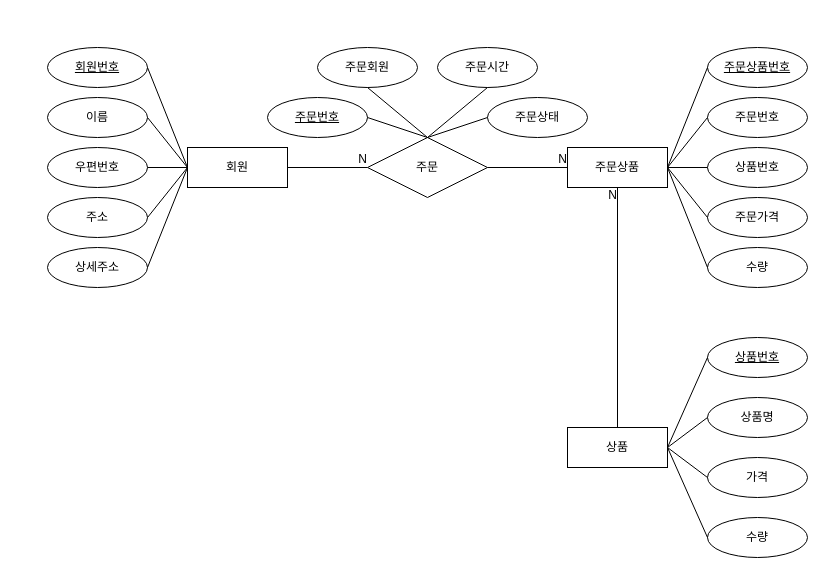
Before: page "개념적설계" (1 of 2) of mart/src/main/java/com/example/mart/erd/mart.drawio in joonwoolee-kr/springsource, a draw.io diagram. Source tidied: cells renumbered, new cells numbered last; positions are measured from the earlier drawing's top-left corner, leaving out a move shared by most shapes. Both pictures are drawn from the tidied source at 100%, with x=0, y=0 at pixel (47, 47).
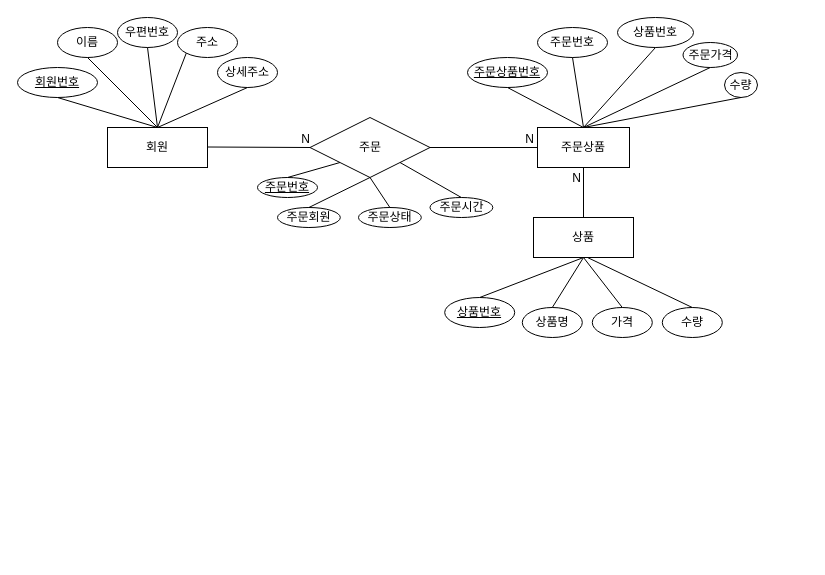
The same page after the edit.

Change to the diagram source:
```diff
@@
     <mxCell id="2" value="회원" style="whiteSpace=wrap;html=1;align=center;" parent="1" vertex="1">
-      <mxGeometry x="140" y="100" width="100" height="40" as="geometry" />
+      <mxGeometry x="60" y="80" width="100" height="40" as="geometry" />
     </mxCell>
-    <mxCell id="3" value="이름" style="ellipse;whiteSpace=wrap;html=1;align=center;" parent="1" vertex="1">
-      <mxGeometry y="50" width="100" height="40" as="geometry" />
+    <mxCell id="3" value="회원번호" style="ellipse;whiteSpace=wrap;html=1;align=center;fontStyle=4;" parent="1" vertex="1">
+      <mxGeometry x="-30" y="20" width="80" height="30" as="geometry" />
     </mxCell>
-    <mxCell id="4" value="회원번호" style="ellipse;whiteSpace=wrap;html=1;align=center;fontStyle=4;" parent="1" vertex="1">
-      <mxGeometry width="100" height="40" as="geometry" />
-    </mxCell>
-    <mxCell id="5" style="endArrow=none;html=1;rounded=0;exitX=1;exitY=0.5;exitDx=0;exitDy=0;entryX=0;entryY=0.5;entryDx=0;entryDy=0;" parent="1" edge="1" source="4" target="2">
+    <mxCell id="5" style="endArrow=none;html=1;rounded=0;exitX=0.5;exitY=1;exitDx=0;exitDy=0;entryX=0.5;entryY=0;entryDx=0;entryDy=0;" parent="1" edge="1" source="3" target="2">
       <mxGeometry relative="1" as="geometry" />
     </mxCell>
-    <mxCell id="6" value="우편번호" style="ellipse;whiteSpace=wrap;html=1;align=center;" parent="1" vertex="1">
-      <mxGeometry y="100" width="100" height="40" as="geometry" />
+    <mxCell id="6" value="이름" style="ellipse;whiteSpace=wrap;html=1;align=center;" parent="1" vertex="1">
+      <mxGeometry x="10" y="-20" width="60" height="30" as="geometry" />
     </mxCell>
-    <mxCell id="7" value="주소" style="ellipse;whiteSpace=wrap;html=1;align=center;" parent="1" vertex="1">
-      <mxGeometry y="150" width="100" height="40" as="geometry" />
+    <mxCell id="7" value="우편번호" style="ellipse;whiteSpace=wrap;html=1;align=center;" parent="1" vertex="1">
+      <mxGeometry x="70" y="-30" width="60" height="30" as="geometry" />
     </mxCell>
-    <mxCell id="8" value="상세주소" style="ellipse;whiteSpace=wrap;html=1;align=center;" parent="1" vertex="1">
-      <mxGeometry y="200" width="100" height="40" as="geometry" />
+    <mxCell id="8" value="주소" style="ellipse;whiteSpace=wrap;html=1;align=center;" parent="1" vertex="1">
+      <mxGeometry x="130" y="-20" width="60" height="30" as="geometry" />
     </mxCell>
+    <mxCell id="48" value="상세주소" style="ellipse;whiteSpace=wrap;html=1;align=center;" parent="1" vertex="1">
+      <mxGeometry x="170" y="10" width="60" height="30" as="geometry" />
+    </mxCell>
-    <mxCell id="9" style="endArrow=none;html=1;rounded=0;exitX=1;exitY=0.5;exitDx=0;exitDy=0;entryX=0;entryY=0.5;entryDx=0;entryDy=0;" parent="1" edge="1" source="3" target="2">
+    <mxCell id="9" style="endArrow=none;html=1;rounded=0;exitX=0.5;exitY=1;exitDx=0;exitDy=0;entryX=0.5;entryY=0;entryDx=0;entryDy=0;" parent="1" edge="1" source="6" target="2">
       <mxGeometry relative="1" as="geometry" />
     </mxCell>
-    <mxCell id="10" style="endArrow=none;html=1;rounded=0;exitX=1;exitY=0.5;exitDx=0;exitDy=0;entryX=0;entryY=0.5;entryDx=0;entryDy=0;" parent="1" edge="1" source="6" target="2">
-      <mxGeometry relative="1" as="geometry" />
+    <mxCell id="10" style="endArrow=none;html=1;rounded=0;exitX=0.5;exitY=1;exitDx=0;exitDy=0;" parent="1" edge="1" source="7">
+      <mxGeometry relative="1" as="geometry">
+        <mxPoint x="110" y="80" as="targetPoint" />
+      </mxGeometry>
     </mxCell>
-    <mxCell id="11" style="endArrow=none;html=1;rounded=0;exitX=1;exitY=0.5;exitDx=0;exitDy=0;entryX=0;entryY=0.5;entryDx=0;entryDy=0;" parent="1" edge="1" source="7" target="2">
+    <mxCell id="11" style="endArrow=none;html=1;rounded=0;exitX=0;exitY=1;exitDx=0;exitDy=0;entryX=0.5;entryY=0;entryDx=0;entryDy=0;" parent="1" edge="1" source="8" target="2">
       <mxGeometry relative="1" as="geometry" />
     </mxCell>
-    <mxCell id="12" style="endArrow=none;html=1;rounded=0;exitX=1;exitY=0.5;exitDx=0;exitDy=0;entryX=0;entryY=0.5;entryDx=0;entryDy=0;" parent="1" edge="1" source="8" target="2">
-      <mxGeometry relative="1" as="geometry" />
+    <mxCell id="12" style="endArrow=none;html=1;rounded=0;exitX=0.5;exitY=1;exitDx=0;exitDy=0;" parent="1" edge="1" source="48">
+      <mxGeometry relative="1" as="geometry">
+        <mxPoint x="110" y="80" as="targetPoint" />
+      </mxGeometry>
     </mxCell>
     <mxCell id="13" value="상품" style="whiteSpace=wrap;html=1;align=center;" parent="1" vertex="1">
-      <mxGeometry x="520" y="380" width="100" height="40" as="geometry" />
+      <mxGeometry x="486" y="170" width="100" height="40" as="geometry" />
     </mxCell>
     <mxCell id="14" value="상품번호" style="ellipse;whiteSpace=wrap;html=1;align=center;fontStyle=4;" parent="1" vertex="1">
-      <mxGeometry x="660" y="290" width="100" height="40" as="geometry" />
+      <mxGeometry x="397.2" y="250" width="70" height="30" as="geometry" />
     </mxCell>
     <mxCell id="15" value="상품명" style="ellipse;whiteSpace=wrap;html=1;align=center;" parent="1" vertex="1">
-      <mxGeometry x="660" y="350" width="100" height="40" as="geometry" />
+      <mxGeometry x="474.8" y="260" width="60" height="30" as="geometry" />
     </mxCell>
     <mxCell id="16" value="가격" style="ellipse;whiteSpace=wrap;html=1;align=center;" parent="1" vertex="1">
-      <mxGeometry x="660" y="410" width="100" height="40" as="geometry" />
+      <mxGeometry x="544.8" y="260" width="60" height="30" as="geometry" />
     </mxCell>
     <mxCell id="17" value="수량" style="ellipse;whiteSpace=wrap;html=1;align=center;" parent="1" vertex="1">
-      <mxGeometry x="660" y="470" width="100" height="40" as="geometry" />
+      <mxGeometry x="614.8" y="260" width="60" height="30" as="geometry" />
     </mxCell>
-    <mxCell id="18" style="endArrow=none;html=1;rounded=0;entryX=0;entryY=0.5;entryDx=0;entryDy=0;exitX=1;exitY=0.5;exitDx=0;exitDy=0;" parent="1" edge="1" source="13" target="14">
+    <mxCell id="18" style="endArrow=none;html=1;rounded=0;exitX=0.5;exitY=0;exitDx=0;exitDy=0;entryX=0.5;entryY=1;entryDx=0;entryDy=0;" parent="1" edge="1" source="14" target="13">
       <mxGeometry relative="1" as="geometry" />
     </mxCell>
-    <mxCell id="19" style="endArrow=none;html=1;rounded=0;entryX=0;entryY=0.5;entryDx=0;entryDy=0;exitX=1;exitY=0.5;exitDx=0;exitDy=0;" parent="1" edge="1" source="13" target="15">
+    <mxCell id="19" style="endArrow=none;html=1;rounded=0;exitX=0.5;exitY=1;exitDx=0;exitDy=0;entryX=0.5;entryY=0;entryDx=0;entryDy=0;" parent="1" edge="1" source="13" target="15">
       <mxGeometry relative="1" as="geometry" />
     </mxCell>
-    <mxCell id="20" style="endArrow=none;html=1;rounded=0;entryX=0;entryY=0.5;entryDx=0;entryDy=0;exitX=1;exitY=0.5;exitDx=0;exitDy=0;" parent="1" edge="1" source="13" target="16">
+    <mxCell id="20" style="endArrow=none;html=1;rounded=0;exitX=0.5;exitY=0;exitDx=0;exitDy=0;entryX=0.5;entryY=1;entryDx=0;entryDy=0;" parent="1" edge="1" source="16" target="13">
       <mxGeometry relative="1" as="geometry" />
     </mxCell>
-    <mxCell id="21" style="endArrow=none;html=1;rounded=0;entryX=0;entryY=0.5;entryDx=0;entryDy=0;exitX=1;exitY=0.5;exitDx=0;exitDy=0;" parent="1" edge="1" source="13" target="17">
-      <mxGeometry relative="1" as="geometry" />
+    <mxCell id="21" style="endArrow=none;html=1;rounded=0;exitX=0.5;exitY=0;exitDx=0;exitDy=0;" parent="1" edge="1" source="17">
+      <mxGeometry relative="1" as="geometry">
+        <mxPoint x="540" y="210" as="targetPoint" />
+      </mxGeometry>
     </mxCell>
     <mxCell id="22" value="주문" style="shape=rhombus;perimeter=rhombusPerimeter;whiteSpace=wrap;html=1;align=center;" parent="1" vertex="1">
-      <mxGeometry x="320" y="90" width="120" height="60" as="geometry" />
+      <mxGeometry x="262.5" y="70" width="120" height="60" as="geometry" />
     </mxCell>
     <mxCell id="23" value="주문상품" style="whiteSpace=wrap;html=1;align=center;" parent="1" vertex="1">
-      <mxGeometry x="520" y="100" width="100" height="40" as="geometry" />
+      <mxGeometry x="490" y="80" width="92" height="40" as="geometry" />
     </mxCell>
     <mxCell id="24" value="주문상품번호" style="ellipse;whiteSpace=wrap;html=1;align=center;fontStyle=4;" parent="1" vertex="1">
-      <mxGeometry x="660" width="100" height="40" as="geometry" />
+      <mxGeometry x="420" y="10" width="80" height="30" as="geometry" />
     </mxCell>
     <mxCell id="25" value="상품번호" style="ellipse;whiteSpace=wrap;html=1;align=center;" parent="1" vertex="1">
-      <mxGeometry x="660" y="100" width="100" height="40" as="geometry" />
+      <mxGeometry x="570" y="-30" width="76" height="30" as="geometry" />
     </mxCell>
     <mxCell id="26" value="주문가격" style="ellipse;whiteSpace=wrap;html=1;align=center;" parent="1" vertex="1">
-      <mxGeometry x="660" y="150" width="100" height="40" as="geometry" />
+      <mxGeometry x="635.5" y="-5" width="54.5" height="25" as="geometry" />
     </mxCell>
     <mxCell id="27" value="수량" style="ellipse;whiteSpace=wrap;html=1;align=center;" parent="1" vertex="1">
-      <mxGeometry x="660" y="200" width="100" height="40" as="geometry" />
+      <mxGeometry x="677" y="25" width="33" height="25" as="geometry" />
     </mxCell>
     <mxCell id="28" value="주문번호" style="ellipse;whiteSpace=wrap;html=1;align=center;" parent="1" vertex="1">
-      <mxGeometry x="660" y="50" width="100" height="40" as="geometry" />
+      <mxGeometry x="490" y="-20" width="70" height="30" as="geometry" />
     </mxCell>
+    <mxCell id="49" style="endArrow=none;html=1;rounded=0;exitX=0.5;exitY=1;exitDx=0;exitDy=0;entryX=0.5;entryY=0;entryDx=0;entryDy=0;" parent="1" edge="1" source="24" target="23">
+      <mxGeometry relative="1" as="geometry" />
+    </mxCell>
-    <mxCell id="29" style="endArrow=none;html=1;rounded=0;exitX=0;exitY=0.5;exitDx=0;exitDy=0;entryX=1;entryY=0.5;entryDx=0;entryDy=0;" parent="1" edge="1" source="28" target="23">
+    <mxCell id="29" style="endArrow=none;html=1;rounded=0;exitX=0.5;exitY=1;exitDx=0;exitDy=0;entryX=0.5;entryY=0;entryDx=0;entryDy=0;" parent="1" edge="1" source="28" target="23">
       <mxGeometry relative="1" as="geometry" />
     </mxCell>
-    <mxCell id="30" style="endArrow=none;html=1;rounded=0;exitX=0;exitY=0.5;exitDx=0;exitDy=0;entryX=1;entryY=0.5;entryDx=0;entryDy=0;" parent="1" edge="1" source="25" target="23">
+    <mxCell id="30" style="endArrow=none;html=1;rounded=0;exitX=0.5;exitY=1;exitDx=0;exitDy=0;entryX=0.5;entryY=0;entryDx=0;entryDy=0;" parent="1" edge="1" source="25" target="23">
       <mxGeometry relative="1" as="geometry" />
     </mxCell>
-    <mxCell id="31" style="endArrow=none;html=1;rounded=0;exitX=0;exitY=0.5;exitDx=0;exitDy=0;entryX=1;entryY=0.5;entryDx=0;entryDy=0;" parent="1" edge="1" source="26" target="23">
+    <mxCell id="31" style="endArrow=none;html=1;rounded=0;exitX=0.5;exitY=1;exitDx=0;exitDy=0;entryX=0.5;entryY=0;entryDx=0;entryDy=0;" parent="1" edge="1" source="26" target="23">
       <mxGeometry relative="1" as="geometry" />
     </mxCell>
-    <mxCell id="32" style="endArrow=none;html=1;rounded=0;exitX=1;exitY=0.5;exitDx=0;exitDy=0;entryX=0;entryY=0.5;entryDx=0;entryDy=0;" parent="1" edge="1" source="23" target="27">
+    <mxCell id="32" style="endArrow=none;html=1;rounded=0;exitX=0.5;exitY=1;exitDx=0;exitDy=0;entryX=0.5;entryY=0;entryDx=0;entryDy=0;" parent="1" edge="1" source="27" target="23">
       <mxGeometry relative="1" as="geometry" />
     </mxCell>
-    <mxCell id="33" style="endArrow=none;html=1;rounded=0;exitX=1;exitY=0.5;exitDx=0;exitDy=0;entryX=0;entryY=0.5;entryDx=0;entryDy=0;" parent="1" edge="1" source="23" target="24">
-      <mxGeometry relative="1" as="geometry" />
-    </mxCell>
-    <mxCell id="34" style="endArrow=none;html=1;rounded=0;entryX=0.5;entryY=1;entryDx=0;entryDy=0;exitX=0.5;exitY=0;exitDx=0;exitDy=0;" parent="1" edge="1" source="13" target="23">
-      <mxGeometry relative="1" as="geometry" />
-    </mxCell>
-    <mxCell id="35" value="N" style="html=1;align=right;verticalAlign=bottom;" parent="34" vertex="1">
-      <mxGeometry x="1" relative="1" as="geometry">
-        <mxPoint y="16" as="offset" />
-      </mxGeometry>
-    </mxCell>
-    <mxCell id="36" style="endArrow=none;html=1;rounded=0;entryX=0;entryY=0.5;entryDx=0;entryDy=0;exitX=1;exitY=0.5;exitDx=0;exitDy=0;" parent="1" edge="1" source="22" target="23">
-      <mxGeometry relative="1" as="geometry" />
-    </mxCell>
-    <mxCell id="37" value="N" style="html=1;align=right;verticalAlign=bottom;" parent="36" vertex="1">
-      <mxGeometry x="1" relative="1" as="geometry" />
-    </mxCell>
-    <mxCell id="38" style="endArrow=none;html=1;rounded=0;entryX=0;entryY=0.5;entryDx=0;entryDy=0;exitX=1;exitY=0.5;exitDx=0;exitDy=0;" parent="1" edge="1" source="2" target="22">
-      <mxGeometry relative="1" as="geometry" />
-    </mxCell>
-    <mxCell id="39" value="N" style="html=1;align=right;verticalAlign=bottom;" parent="38" vertex="1">
-      <mxGeometry x="1" relative="1" as="geometry" />
-    </mxCell>
+    <mxCell id="45" style="endArrow=none;html=1;rounded=0;exitX=1;exitY=0.5;exitDx=0;exitDy=0;entryX=0;entryY=0.5;entryDx=0;entryDy=0;" parent="1" edge="1" source="22" target="23">
+      <mxGeometry relative="1" as="geometry" />
+    </mxCell>
+    <mxCell id="46" value="N" style="html=1;align=right;verticalAlign=bottom;" parent="45" vertex="1">
+      <mxGeometry x="1" relative="1" as="geometry">
+        <mxPoint x="-4" as="offset" />
+      </mxGeometry>
+    </mxCell>
+    <mxCell id="47" style="endArrow=none;html=1;rounded=0;exitX=0.5;exitY=0;exitDx=0;exitDy=0;entryX=0.5;entryY=1;entryDx=0;entryDy=0;" parent="1" edge="1" source="13" target="23">
+      <mxGeometry relative="1" as="geometry" />
+    </mxCell>
+    <mxCell id="50" value="N" style="html=1;align=right;verticalAlign=bottom;" parent="47" vertex="1">
+      <mxGeometry x="1" relative="1" as="geometry">
+        <mxPoint x="-2" y="19" as="offset" />
+      </mxGeometry>
+    </mxCell>
+    <mxCell id="51" style="endArrow=none;html=1;rounded=0;entryX=0;entryY=0.5;entryDx=0;entryDy=0;" parent="1" edge="1" target="22">
+      <mxGeometry relative="1" as="geometry">
+        <mxPoint x="160" y="99.5" as="sourcePoint" />
+      </mxGeometry>
+    </mxCell>
+    <mxCell id="52" value="N" style="html=1;align=right;verticalAlign=bottom;" parent="51" vertex="1">
+      <mxGeometry x="1" relative="1" as="geometry" />
+    </mxCell>
+    <mxCell id="41" value="주문번호" style="ellipse;whiteSpace=wrap;html=1;align=center;fontStyle=4;" parent="1" vertex="1">
+      <mxGeometry x="210" y="130" width="60" height="20" as="geometry" />
+    </mxCell>
     <mxCell id="40" value="주문회원" style="ellipse;whiteSpace=wrap;html=1;align=center;" parent="1" vertex="1">
-      <mxGeometry x="270" width="100" height="40" as="geometry" />
+      <mxGeometry x="230" y="160" width="62.8" height="20" as="geometry" />
     </mxCell>
-    <mxCell id="41" value="주문번호" style="ellipse;whiteSpace=wrap;html=1;align=center;fontStyle=4;" parent="1" vertex="1">
-      <mxGeometry x="220" y="50" width="100" height="40" as="geometry" />
-    </mxCell>
     <mxCell id="42" value="주문시간" style="ellipse;whiteSpace=wrap;html=1;align=center;" parent="1" vertex="1">
-      <mxGeometry x="390" width="100" height="40" as="geometry" />
+      <mxGeometry x="382.5" y="150" width="62.8" height="20" as="geometry" />
     </mxCell>
     <mxCell id="43" value="주문상태" style="ellipse;whiteSpace=wrap;html=1;align=center;" parent="1" vertex="1">
-      <mxGeometry x="440" y="50" width="100" height="40" as="geometry" />
+      <mxGeometry x="311" y="160" width="62.8" height="20" as="geometry" />
     </mxCell>
-    <mxCell id="44" style="endArrow=none;html=1;rounded=0;exitX=1;exitY=0.5;exitDx=0;exitDy=0;entryX=0.5;entryY=0;entryDx=0;entryDy=0;" parent="1" edge="1" source="41" target="22">
+    <mxCell id="44" style="endArrow=none;html=1;rounded=0;exitX=0.5;exitY=0;exitDx=0;exitDy=0;entryX=0;entryY=1;entryDx=0;entryDy=0;" parent="1" edge="1" source="41" target="22">
       <mxGeometry relative="1" as="geometry" />
     </mxCell>
-    <mxCell id="45" style="endArrow=none;html=1;rounded=0;exitX=0.5;exitY=1;exitDx=0;exitDy=0;entryX=0.5;entryY=0;entryDx=0;entryDy=0;" parent="1" edge="1" source="40" target="22">
-      <mxGeometry relative="1" as="geometry" />
-    </mxCell>
-    <mxCell id="46" style="endArrow=none;html=1;rounded=0;exitX=0.5;exitY=1;exitDx=0;exitDy=0;entryX=0.5;entryY=0;entryDx=0;entryDy=0;" parent="1" edge="1" source="42" target="22">
-      <mxGeometry relative="1" as="geometry" />
-    </mxCell>
-    <mxCell id="47" style="endArrow=none;html=1;rounded=0;exitX=0;exitY=0.5;exitDx=0;exitDy=0;entryX=0.5;entryY=0;entryDx=0;entryDy=0;" parent="1" edge="1" source="43" target="22">
-      <mxGeometry relative="1" as="geometry" />
-    </mxCell>
+    <mxCell id="53" style="endArrow=none;html=1;rounded=0;exitX=0.5;exitY=0;exitDx=0;exitDy=0;entryX=0.5;entryY=1;entryDx=0;entryDy=0;" parent="1" edge="1" source="40" target="22">
+      <mxGeometry relative="1" as="geometry" />
+    </mxCell>
+    <mxCell id="54" style="endArrow=none;html=1;rounded=0;exitX=0.5;exitY=0;exitDx=0;exitDy=0;entryX=1;entryY=1;entryDx=0;entryDy=0;" parent="1" edge="1" source="42" target="22">
+      <mxGeometry relative="1" as="geometry" />
+    </mxCell>
+    <mxCell id="55" style="endArrow=none;html=1;rounded=0;exitX=0.5;exitY=0;exitDx=0;exitDy=0;entryX=0.5;entryY=1;entryDx=0;entryDy=0;" parent="1" edge="1" source="43" target="22">
+      <mxGeometry relative="1" as="geometry" />
+    </mxCell>
```
